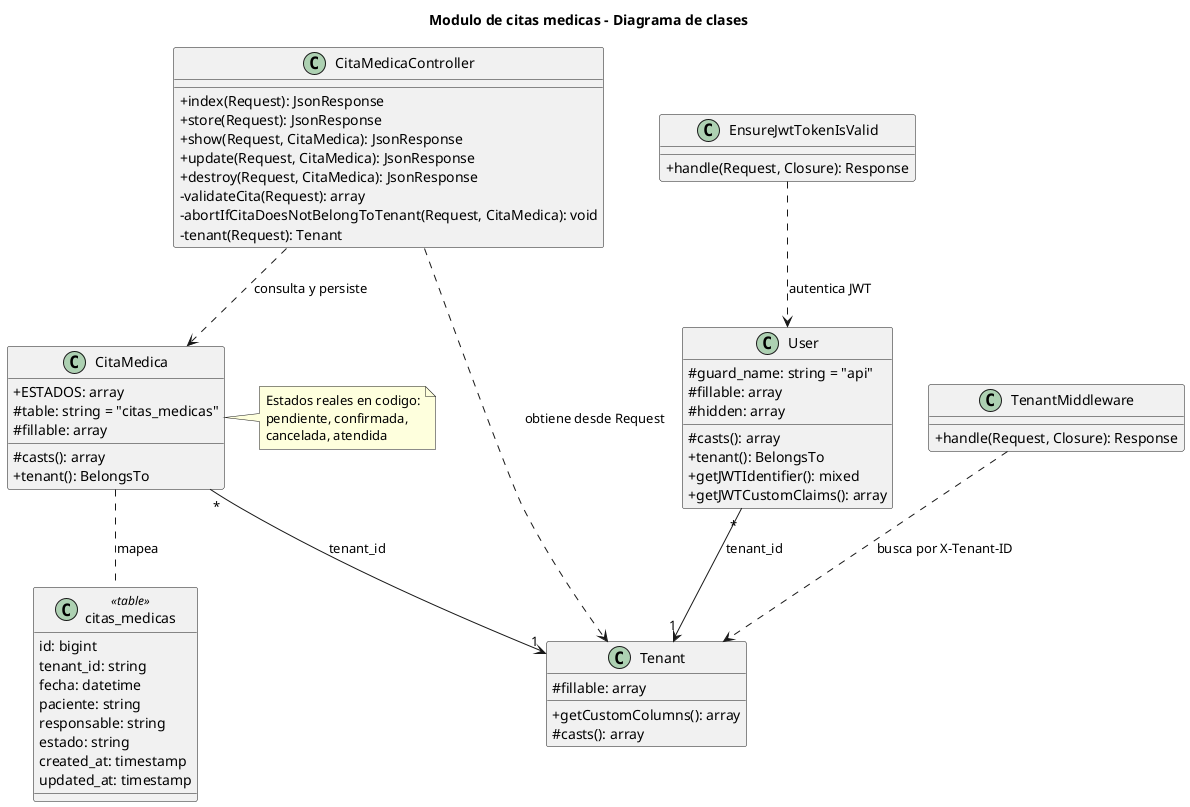
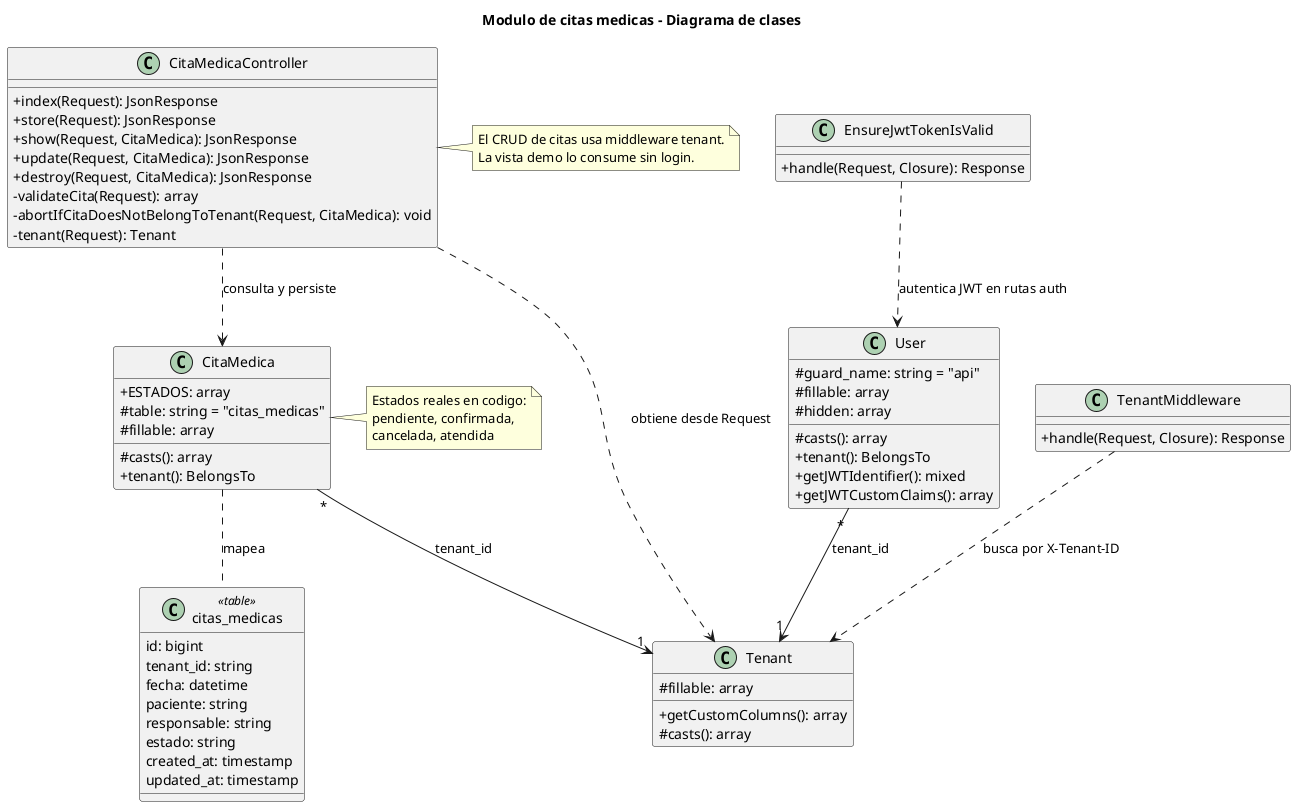
@startuml
title Modulo de citas medicas - Diagrama de clases
skinparam classAttributeIconSize 0

class "CitaMedicaController" as CitaMedicaController {
  +index(Request): JsonResponse
  +store(Request): JsonResponse
  +show(Request, CitaMedica): JsonResponse
  +update(Request, CitaMedica): JsonResponse
  +destroy(Request, CitaMedica): JsonResponse
  -validateCita(Request): array
  -abortIfCitaDoesNotBelongToTenant(Request, CitaMedica): void
  -tenant(Request): Tenant
}

class "CitaMedica" as CitaMedica {
  +ESTADOS: array
  #table: string = "citas_medicas"
  #fillable: array
  #casts(): array
  +tenant(): BelongsTo
}

class "Tenant" as Tenant {
  #fillable: array
  +getCustomColumns(): array
  #casts(): array
}

class "User" as User {
  #guard_name: string = "api"
  #fillable: array
  #hidden: array
  #casts(): array
  +tenant(): BelongsTo
  +getJWTIdentifier(): mixed
  +getJWTCustomClaims(): array
}

class "TenantMiddleware" as TenantMiddleware {
  +handle(Request, Closure): Response
}

class "EnsureJwtTokenIsValid" as EnsureJwtTokenIsValid {
  +handle(Request, Closure): Response
}

class "citas_medicas" as CitasMedicasTable <<table>> {
  id: bigint
  tenant_id: string
  fecha: datetime
  paciente: string
  responsable: string
  estado: string
  created_at: timestamp
  updated_at: timestamp
}

CitaMedicaController ..> CitaMedica : consulta y persiste
CitaMedicaController ..> Tenant : obtiene desde Request
TenantMiddleware ..> Tenant : busca por X-Tenant-ID
- EnsureJwtTokenIsValid ..> User : autentica JWT
+ EnsureJwtTokenIsValid ..> User : autentica JWT en rutas auth
CitaMedica "*" --> "1" Tenant : tenant_id
User "*" --> "1" Tenant : tenant_id
CitaMedica .. CitasMedicasTable : mapea
+ 
+ note right of CitaMedicaController
+ El CRUD de citas usa middleware tenant.
+ La vista demo lo consume sin login.
+ end note

note right of CitaMedica
Estados reales en codigo:
pendiente, confirmada,
cancelada, atendida
end note

@enduml
